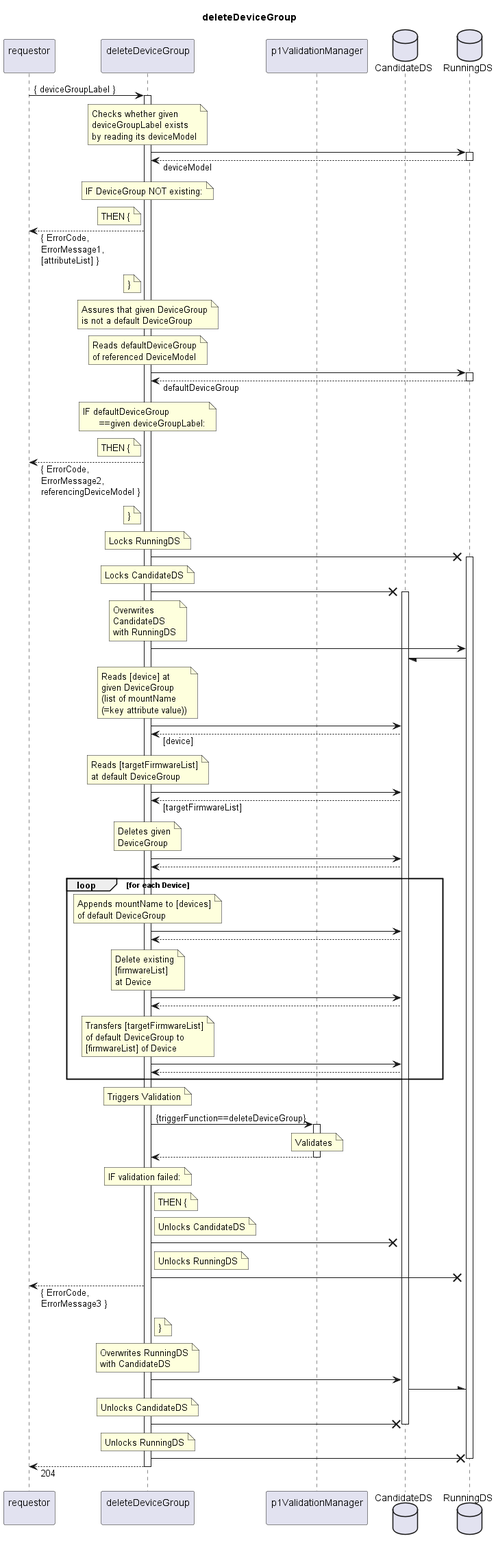
Above: spec/Services/deleteDeviceGroup/1.0.0/deleteDeviceGroup.png in openBackhaul/FirmWareManager (PlantUML), before the change.
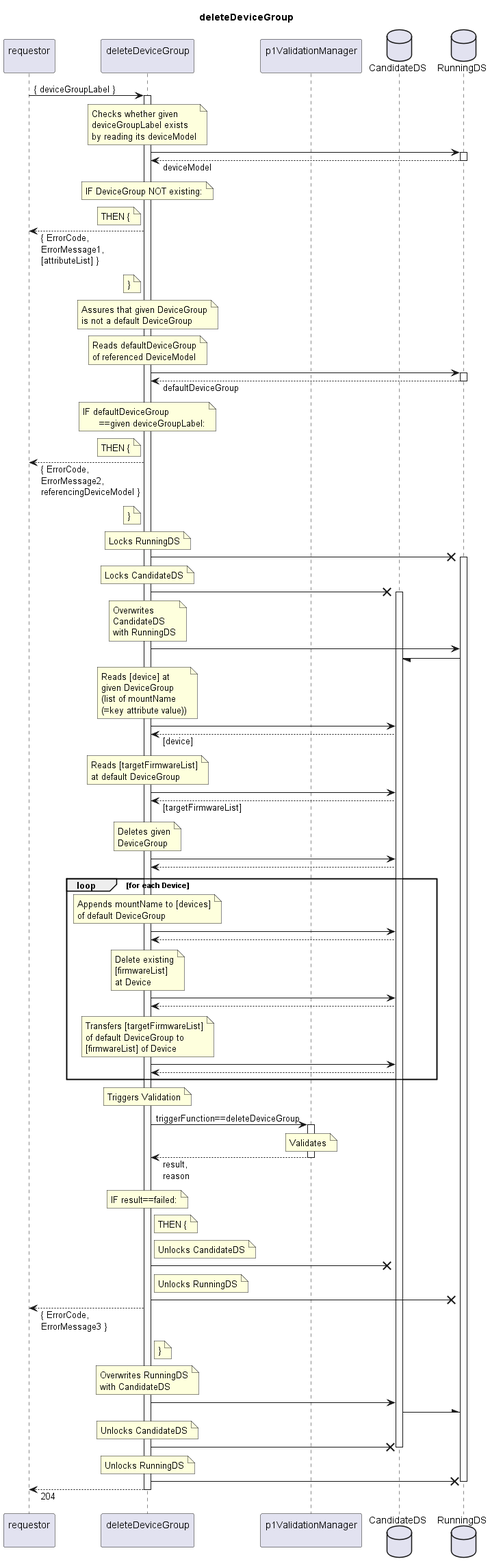
Above is the later version.

Change to the diagram source:
```diff
@@ -127,15 +127,15 @@
   note over indServ
     Triggers Validation
   end note
-  indServ -> valiMan: {triggerFunction==deleteDeviceGroup}
+  indServ -> valiMan: triggerFunction==deleteDeviceGroup
   activate valiMan
     note over valiMan
       Validates
     end note
-  indServ <-- valiMan
+  indServ <-- valiMan: result,\nreason
   deactivate valiMan
   note over indServ
-    IF validation failed:
+    IF result==failed:
   end note
   note right indServ
     THEN {
```
